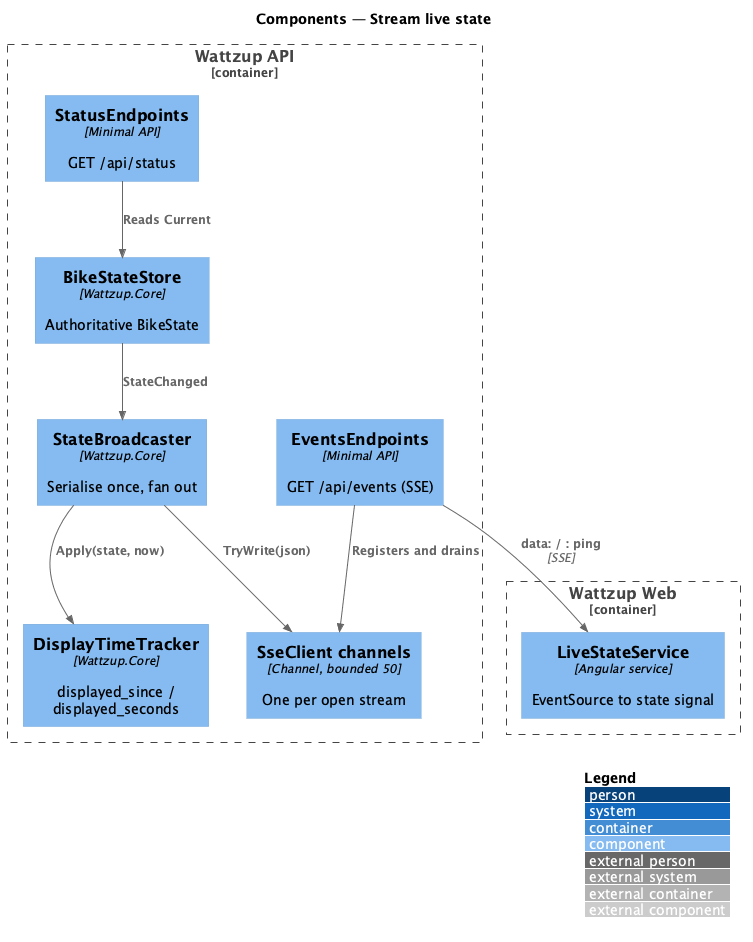
The PlantUML diagram docs/detailed-designs/live-state/stream-live-state/diagrams/c4-component.png in QuinntyneBrown/ride-one, before a commit. The source it was exported from:
```plantuml
@startuml
!include <C4/C4_Component>
LAYOUT_WITH_LEGEND()
title Components — Stream live state

Container_Boundary(be, "Wattzup API") {
  Component(store, "BikeStateStore", "Wattzup.Core", "Authoritative BikeState")
  Component(track, "DisplayTimeTracker", "Wattzup.Core", "displayed_since / displayed_seconds")
  Component(bc, "StateBroadcaster", "Wattzup.Core", "Serialise once, fan out")
  Component(clients, "SseClient channels", "Channel, bounded 50", "One per open stream")
  Component(events, "EventsEndpoints", "Minimal API", "GET /api/events (SSE)")
  Component(status, "StatusEndpoints", "Minimal API", "GET /api/status")
}
Container_Boundary(web, "Wattzup Web") {
  Component(live, "LiveStateService", "Angular service", "EventSource to state signal")
}

Rel(store, bc, "StateChanged")
Rel(bc, track, "Apply(state, now)")
Rel(bc, clients, "TryWrite(json)")
Rel(events, clients, "Registers and drains")
Rel(status, store, "Reads Current")
Rel(events, live, "data: / : ping", "SSE")
@enduml
```
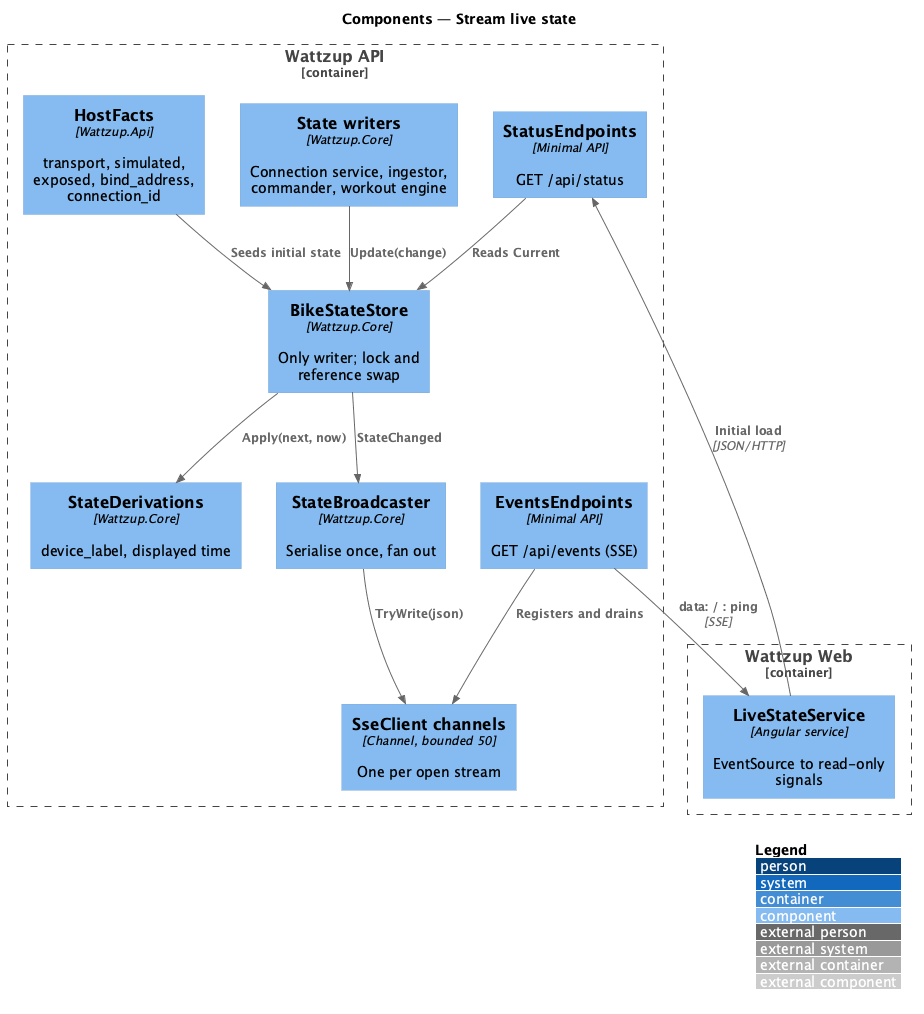
Above is the later version.

The edit, as a diff of the source:
```diff
@@ -4,21 +4,26 @@
 title Components — Stream live state
 
 Container_Boundary(be, "Wattzup API") {
-  Component(store, "BikeStateStore", "Wattzup.Core", "Authoritative BikeState")
-  Component(track, "DisplayTimeTracker", "Wattzup.Core", "displayed_since / displayed_seconds")
+  Component(facts, "HostFacts", "Wattzup.Api", "transport, simulated, exposed, bind_address, connection_id")
+  Component(writers, "State writers", "Wattzup.Core", "Connection service, ingestor, commander, workout engine")
+  Component(store, "BikeStateStore", "Wattzup.Core", "Only writer; lock and reference swap")
+  Component(der, "StateDerivations", "Wattzup.Core", "device_label, displayed time")
   Component(bc, "StateBroadcaster", "Wattzup.Core", "Serialise once, fan out")
   Component(clients, "SseClient channels", "Channel, bounded 50", "One per open stream")
   Component(events, "EventsEndpoints", "Minimal API", "GET /api/events (SSE)")
   Component(status, "StatusEndpoints", "Minimal API", "GET /api/status")
 }
 Container_Boundary(web, "Wattzup Web") {
-  Component(live, "LiveStateService", "Angular service", "EventSource to state signal")
+  Component(live, "LiveStateService", "Angular service", "EventSource to read-only signals")
 }
 
+Rel(facts, store, "Seeds initial state")
+Rel(writers, store, "Update(change)")
+Rel(store, der, "Apply(next, now)")
 Rel(store, bc, "StateChanged")
-Rel(bc, track, "Apply(state, now)")
 Rel(bc, clients, "TryWrite(json)")
 Rel(events, clients, "Registers and drains")
 Rel(status, store, "Reads Current")
+Rel(live, status, "Initial load", "JSON/HTTP")
 Rel(events, live, "data: / : ping", "SSE")
 @enduml
```
